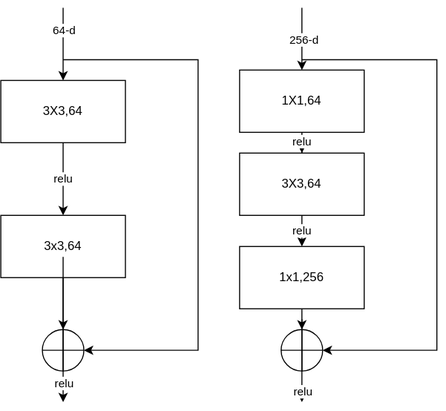
Above: yolov3.drawio.svg in mujianyu/drawio (draw.io), before the change. Source tidied: cells renumbered, new cells last; positions are measured from the earlier drawing's top-left corner, leaving out a move shared by most shapes.
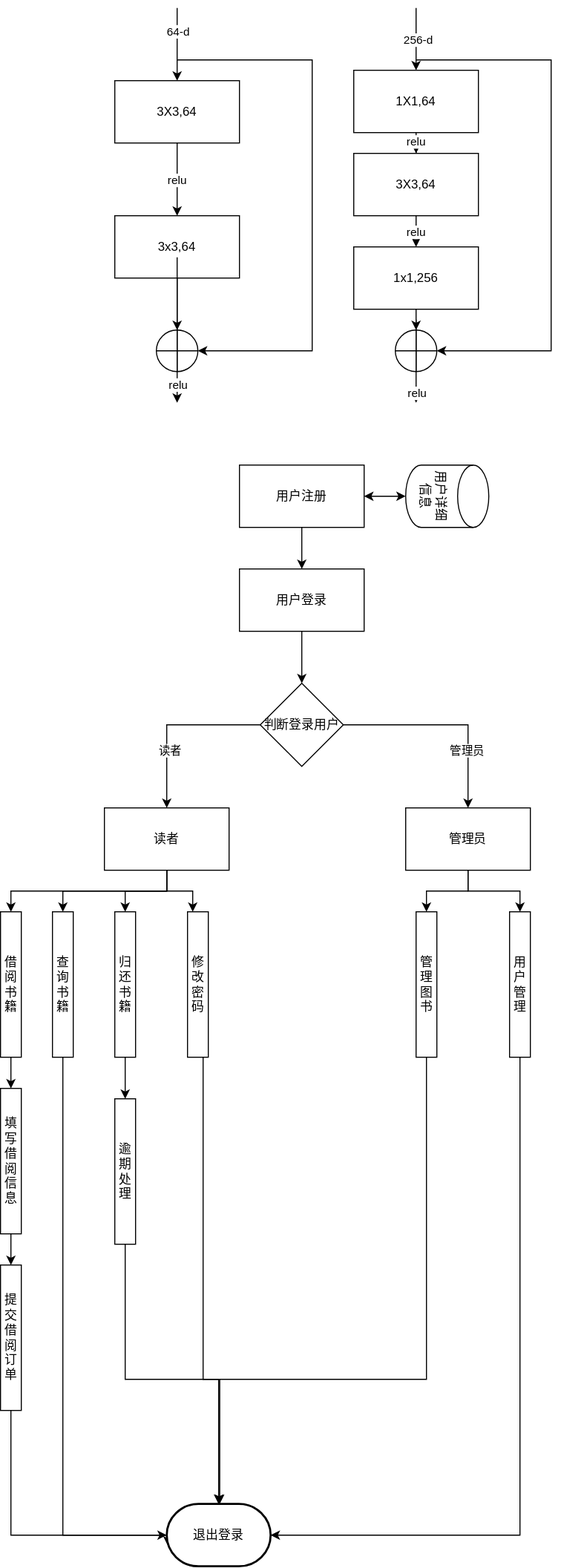
After the commit.

The edit, as a diff of the source:
```diff
@@ -97,5 +97,141 @@
     <mxCell id="24" value="256-d" style="edgeLabel;html=1;align=center;verticalAlign=middle;" parent="23" vertex="1">
       <mxGeometry y="1" relative="1" as="geometry" />
     </mxCell>
+    <mxCell id="25" style="edgeStyle=orthogonalEdgeStyle;rounded=0;jettySize=auto;html=1;exitX=0.5;exitY=1;exitDx=0;exitDy=0;" parent="1" edge="1" source="26" target="28">
+      <mxGeometry relative="1" as="geometry" />
+    </mxCell>
+    <mxCell id="26" value="用户注册" style="rounded=0;whiteSpace=wrap;html=1;" parent="1" vertex="1">
+      <mxGeometry x="120" y="440" width="120" height="60" as="geometry" />
+    </mxCell>
+    <mxCell id="27" style="edgeStyle=orthogonalEdgeStyle;rounded=0;jettySize=auto;html=1;exitX=0.5;exitY=1;exitDx=0;exitDy=0;entryX=0.5;entryY=0;entryDx=0;entryDy=0;" parent="1" edge="1" source="28" target="33">
+      <mxGeometry relative="1" as="geometry" />
+    </mxCell>
+    <mxCell id="28" value="用户登录" style="rounded=0;whiteSpace=wrap;html=1;" parent="1" vertex="1">
+      <mxGeometry x="120" y="540" width="120" height="60" as="geometry" />
+    </mxCell>
+    <mxCell id="29" style="edgeStyle=orthogonalEdgeStyle;rounded=0;jettySize=auto;html=1;exitX=0;exitY=0.5;exitDx=0;exitDy=0;entryX=0.5;entryY=0;entryDx=0;entryDy=0;" parent="1" edge="1" source="33" target="40">
+      <mxGeometry relative="1" as="geometry" />
+    </mxCell>
+    <mxCell id="30" value="读者" style="edgeLabel;html=1;align=center;verticalAlign=middle;" parent="29" vertex="1">
+      <mxGeometry x="0.35" y="2" relative="1" as="geometry" />
+    </mxCell>
+    <mxCell id="31" style="edgeStyle=orthogonalEdgeStyle;rounded=0;jettySize=auto;html=1;exitX=1;exitY=0.5;exitDx=0;exitDy=0;" parent="1" edge="1" source="33" target="43">
+      <mxGeometry relative="1" as="geometry" />
+    </mxCell>
+    <mxCell id="32" value="管理员" style="edgeLabel;html=1;align=center;verticalAlign=middle;" parent="31" vertex="1">
+      <mxGeometry x="0.44" y="-2" relative="1" as="geometry" />
+    </mxCell>
+    <mxCell id="33" value="判断登录用户" style="rhombus;whiteSpace=wrap;html=1;" parent="1" vertex="1">
+      <mxGeometry x="140" y="650" width="80" height="80" as="geometry" />
+    </mxCell>
+    <mxCell id="34" value="用户详细信息" style="shape=cylinder3;whiteSpace=wrap;html=1;boundedLbl=1;backgroundOutline=1;size=15;rotation=90;" parent="1" vertex="1">
+      <mxGeometry x="290" y="430" width="60" height="80" as="geometry" />
+    </mxCell>
+    <mxCell id="35" style="endArrow=classic;startArrow=classic;html=1;rounded=0;entryX=0.5;entryY=1;entryDx=0;entryDy=0;entryPerimeter=0;" parent="1" edge="1" source="26" target="34">
+      <mxGeometry relative="1" as="geometry" />
+    </mxCell>
+    <mxCell id="36" style="edgeStyle=orthogonalEdgeStyle;rounded=0;jettySize=auto;html=1;exitX=0.5;exitY=1;exitDx=0;exitDy=0;entryX=0.5;entryY=0;entryDx=0;entryDy=0;" parent="1" edge="1" source="40" target="45">
+      <mxGeometry relative="1" as="geometry" />
+    </mxCell>
+    <mxCell id="37" style="edgeStyle=orthogonalEdgeStyle;rounded=0;jettySize=auto;html=1;exitX=0.5;exitY=1;exitDx=0;exitDy=0;entryX=0.5;entryY=0;entryDx=0;entryDy=0;" parent="1" edge="1" source="40" target="46">
+      <mxGeometry relative="1" as="geometry" />
+    </mxCell>
+    <mxCell id="38" style="edgeStyle=orthogonalEdgeStyle;rounded=0;jettySize=auto;html=1;exitX=0.5;exitY=1;exitDx=0;exitDy=0;" parent="1" edge="1" source="40" target="48">
+      <mxGeometry relative="1" as="geometry" />
+    </mxCell>
+    <mxCell id="39" style="edgeStyle=orthogonalEdgeStyle;rounded=0;jettySize=auto;html=1;exitX=0.5;exitY=1;exitDx=0;exitDy=0;entryX=0.25;entryY=0;entryDx=0;entryDy=0;" parent="1" edge="1" source="40" target="50">
+      <mxGeometry relative="1" as="geometry" />
+    </mxCell>
+    <mxCell id="40" value="读者" style="rounded=0;whiteSpace=wrap;html=1;" parent="1" vertex="1">
+      <mxGeometry x="-10" y="770" width="120" height="60" as="geometry" />
+    </mxCell>
+    <mxCell id="41" style="edgeStyle=orthogonalEdgeStyle;rounded=0;jettySize=auto;html=1;exitX=0.5;exitY=1;exitDx=0;exitDy=0;entryX=0.5;entryY=0;entryDx=0;entryDy=0;" parent="1" edge="1" source="43" target="52">
+      <mxGeometry relative="1" as="geometry" />
+    </mxCell>
+    <mxCell id="42" style="edgeStyle=orthogonalEdgeStyle;rounded=0;jettySize=auto;html=1;exitX=0.5;exitY=1;exitDx=0;exitDy=0;" parent="1" edge="1" source="43" target="60">
+      <mxGeometry relative="1" as="geometry" />
+    </mxCell>
+    <mxCell id="43" value="管理员" style="rounded=0;whiteSpace=wrap;html=1;" parent="1" vertex="1">
+      <mxGeometry x="280" y="770" width="120" height="60" as="geometry" />
+    </mxCell>
+    <mxCell id="44" style="edgeStyle=orthogonalEdgeStyle;rounded=0;jettySize=auto;html=1;exitX=0.5;exitY=1;exitDx=0;exitDy=0;" parent="1" edge="1" source="45" target="54">
+      <mxGeometry relative="1" as="geometry" />
+    </mxCell>
+    <mxCell id="45" value="借阅书籍" style="rounded=0;whiteSpace=wrap;html=1;" parent="1" vertex="1">
+      <mxGeometry x="-110" y="870" width="20" height="140" as="geometry" />
+    </mxCell>
+    <mxCell id="46" value="查询书籍" style="rounded=0;whiteSpace=wrap;html=1;" parent="1" vertex="1">
+      <mxGeometry x="-60" y="870" width="20" height="140" as="geometry" />
+    </mxCell>
+    <mxCell id="47" style="edgeStyle=orthogonalEdgeStyle;rounded=0;jettySize=auto;html=1;exitX=0.5;exitY=1;exitDx=0;exitDy=0;" parent="1" edge="1" source="48" target="59">
+      <mxGeometry relative="1" as="geometry" />
+    </mxCell>
+    <mxCell id="48" value="归还书籍" style="rounded=0;whiteSpace=wrap;html=1;" parent="1" vertex="1">
+      <mxGeometry y="870" width="20" height="140" as="geometry" />
+    </mxCell>
+    <mxCell id="49" style="edgeStyle=orthogonalEdgeStyle;rounded=0;jettySize=auto;html=1;exitX=0.75;exitY=1;exitDx=0;exitDy=0;" parent="1" edge="1" source="50" target="57">
+      <mxGeometry relative="1" as="geometry">
+        <Array as="points">
+          <mxPoint x="85" y="1320" />
+          <mxPoint x="100" y="1320" />
+        </Array>
+      </mxGeometry>
+    </mxCell>
+    <mxCell id="50" value="修改密码" style="rounded=0;whiteSpace=wrap;html=1;" parent="1" vertex="1">
+      <mxGeometry x="70" y="870" width="20" height="140" as="geometry" />
+    </mxCell>
+    <mxCell id="51" style="edgeStyle=orthogonalEdgeStyle;rounded=0;jettySize=auto;html=1;exitX=0.5;exitY=1;exitDx=0;exitDy=0;" parent="1" edge="1" source="52">
+      <mxGeometry relative="1" as="geometry">
+        <mxPoint x="100" y="1440" as="targetPoint" />
+        <Array as="points">
+          <mxPoint x="300" y="1320" />
+          <mxPoint x="101" y="1320" />
+        </Array>
+      </mxGeometry>
+    </mxCell>
+    <mxCell id="52" value="管理图书" style="rounded=0;whiteSpace=wrap;html=1;" parent="1" vertex="1">
+      <mxGeometry x="290" y="870" width="20" height="140" as="geometry" />
+    </mxCell>
+    <mxCell id="53" style="edgeStyle=orthogonalEdgeStyle;rounded=0;jettySize=auto;html=1;exitX=0.5;exitY=1;exitDx=0;exitDy=0;" parent="1" edge="1" source="54" target="56">
+      <mxGeometry relative="1" as="geometry" />
+    </mxCell>
+    <mxCell id="54" value="填写借阅信息" style="rounded=0;whiteSpace=wrap;html=1;" parent="1" vertex="1">
+      <mxGeometry x="-110" y="1040" width="20" height="140" as="geometry" />
+    </mxCell>
+    <mxCell id="55" style="edgeStyle=orthogonalEdgeStyle;rounded=0;jettySize=auto;html=1;exitX=0.5;exitY=1;exitDx=0;exitDy=0;" parent="1" edge="1" source="56">
+      <mxGeometry relative="1" as="geometry">
+        <mxPoint x="50" y="1480" as="targetPoint" />
+        <Array as="points">
+          <mxPoint x="-100" y="1470" />
+          <mxPoint x="51" y="1470" />
+        </Array>
+      </mxGeometry>
+    </mxCell>
+    <mxCell id="56" value="提交借阅订单" style="rounded=0;whiteSpace=wrap;html=1;" parent="1" vertex="1">
+      <mxGeometry x="-110" y="1210" width="20" height="140" as="geometry" />
+    </mxCell>
+    <mxCell id="57" value="退出登录" style="strokeWidth=2;html=1;shape=mxgraph.flowchart.terminator;whiteSpace=wrap;" parent="1" vertex="1">
+      <mxGeometry x="50" y="1440" width="100" height="60" as="geometry" />
+    </mxCell>
+    <mxCell id="58" style="edgeStyle=orthogonalEdgeStyle;rounded=0;jettySize=auto;html=1;exitX=0.5;exitY=1;exitDx=0;exitDy=0;" parent="1" edge="1" source="59" target="57">
+      <mxGeometry relative="1" as="geometry">
+        <Array as="points">
+          <mxPoint x="10" y="1320" />
+          <mxPoint x="100" y="1320" />
+        </Array>
+      </mxGeometry>
+    </mxCell>
+    <mxCell id="59" value="逾期处理" style="rounded=0;whiteSpace=wrap;html=1;" parent="1" vertex="1">
+      <mxGeometry y="1050" width="20" height="140" as="geometry" />
+    </mxCell>
+    <mxCell id="60" value="用户管理" style="rounded=0;whiteSpace=wrap;html=1;" parent="1" vertex="1">
+      <mxGeometry x="380" y="870" width="20" height="140" as="geometry" />
+    </mxCell>
+    <mxCell id="61" style="edgeStyle=orthogonalEdgeStyle;rounded=0;jettySize=auto;html=1;exitX=0.5;exitY=1;exitDx=0;exitDy=0;entryX=0;entryY=0.5;entryDx=0;entryDy=0;entryPerimeter=0;" parent="1" edge="1" source="46" target="57">
+      <mxGeometry relative="1" as="geometry" />
+    </mxCell>
+    <mxCell id="62" style="edgeStyle=orthogonalEdgeStyle;rounded=0;jettySize=auto;html=1;exitX=0.5;exitY=1;exitDx=0;exitDy=0;entryX=1;entryY=0.5;entryDx=0;entryDy=0;entryPerimeter=0;" parent="1" edge="1" source="60" target="57">
+      <mxGeometry relative="1" as="geometry" />
+    </mxCell>
   </root>
 </mxGraphModel>
```
